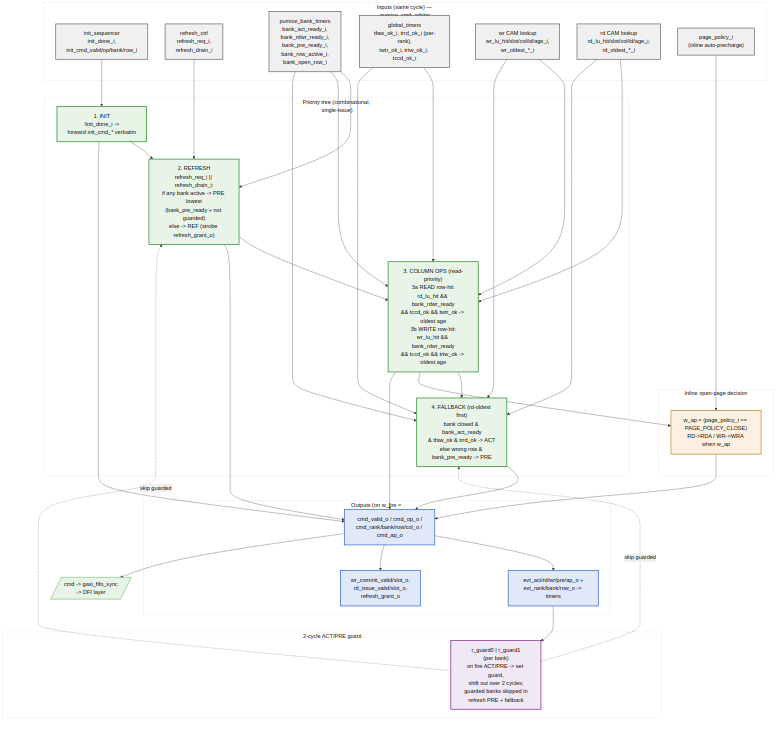
Earlier version of the Mermaid export projects/components/mem-ctrl-ip/research-ip/pumice-ddr2-lpddr2/docs/pumice_mas/assets/mermaid/05_scheduler_priority_pipeline.png (sean-galloway/RTLDesignSherpa). Its source is kept beside it as projects/components/mem-ctrl-ip/research-ip/pumice-ddr2-lpddr2/docs/pumice_mas/assets/mermaid/05_scheduler_priority_pipeline.mmd. Source of this version:
```mermaid
%%{init: {'theme': 'base', 'themeVariables': { 'primaryColor': '#e8f4e8', 'primaryTextColor': '#000', 'primaryBorderColor': '#228B22', 'lineColor': '#404040', 'secondaryColor': '#f0f0f0', 'tertiaryColor': '#fff'}}}%%
flowchart TB
    subgraph IN["Inputs (same cycle) — pumice_cmd_arbiter"]
        initin["init_sequencer<br/>init_done_i,<br/>init_cmd_valid/op/bank/row_i"]
        refin["refresh_ctrl<br/>refresh_req_i,<br/>refresh_drain_i"]
        bankrdy["mc_bank_timers<br/>bank_act_ready_i,<br/>bank_rdwr_ready_i,<br/>bank_pre_ready_i,<br/>bank_row_active_i,<br/>bank_open_row_i"]
        globrdy["mc_global_timers<br/>tfaw_ok_i, trrd_ok_i (per-rank),<br/>twtr_ok_i, trtw_ok_i, tccd_ok_i"]
        wrlu["wr CAM lookup<br/>wr_lu_hit/slot/col/id/age_i,<br/>wr_oldest_*_i"]
        rdlu["rd CAM lookup<br/>rd_lu_hit/slot/col/id/age_i,<br/>rd_oldest_*_i"]
        cfg["page_policy_i<br/>(inline auto-precharge)"]
    end

    subgraph PRIO["Priority tree (combinational, single-issue)"]
        p1["1. INIT<br/>!init_done_i -><br/>forward init_cmd_* verbatim"]
        p2["2. REFRESH<br/>refresh_req_i || refresh_drain_i:<br/>if any bank active -> PRE lowest<br/>(bank_pre_ready + not guarded)<br/>else -> REF (strobe refresh_grant_o)"]
        p3["3. COLUMN OPS (read-priority)<br/>3a READ row-hit:<br/>rd_lu_hit && bank_rdwr_ready<br/>&& tccd_ok && twtr_ok -> oldest age<br/>3b WRITE row-hit:<br/>wr_lu_hit && bank_rdwr_ready<br/>&& tccd_ok && trtw_ok -> oldest age"]
        p4["4. FALLBACK (rd-oldest first)<br/>bank closed & bank_act_ready<br/>& tfaw_ok & trrd_ok -> ACT<br/>else wrong row & bank_pre_ready -> PRE"]
    end

    subgraph AP["Inline open-page decision"]
        apbit["w_ap = (page_policy_i == PAGE_POLICY_CLOSE)<br/>RD->RDA / WR->WRA when w_ap"]
    end

    subgraph GUARD["2-cycle ACT/PRE guard"]
        g["r_guard0 | r_guard1<br/>(per bank)<br/>on fire ACT/PRE -> set guard,<br/>shift out over 2 cycles;<br/>guarded banks skipped in<br/>refresh PRE + fallback"]
    end

    subgraph OUTB["Outputs (on w_fire = w_valid && cmd_ready_i)"]
        cmd["cmd_valid_o / cmd_op_o /<br/>cmd_rank/bank/row/col_o / cmd_ap_o"]
        evt["evt_act/rd/wr/pre/ap_o +<br/>evt_rank/bank/row_o -> timers"]
        commit["wr_commit_valid/slot_o,<br/>rd_issue_valid/slot_o,<br/>refresh_grant_o"]
    end

    initin --> p1
    refin --> p2
    bankrdy --> p2
    bankrdy --> p3
    bankrdy --> p4
    globrdy --> p3
    globrdy --> p4
    wrlu --> p3
    rdlu --> p3
    wrlu --> p4
    rdlu --> p4

    p1 --> p2
    p2 --> p3
    p3 --> p4

    cfg --> apbit
    p3 --> apbit
    g -.skip guarded.-> p2
    g -.skip guarded.-> p4

    p1 --> cmd
    p2 --> cmd
    p3 --> cmd
    p4 --> cmd
    apbit --> cmd
    cmd --> evt
    cmd --> commit
    evt --> g
    cmd --> FIFO[/"cmd -> gaxi_fifo_sync<br/>-> DFI layer"/]

    classDef inblock fill:#f0f0f0,stroke:#666666,stroke-width:2px
    classDef prio fill:#e8f4e8,stroke:#228B22,stroke-width:2px
    classDef apb fill:#fef0e0,stroke:#B88B22,stroke-width:2px
    classDef guard fill:#f0e8f4,stroke:#7B228B,stroke-width:2px
    classDef outblock fill:#e0e8fa,stroke:#3366CC,stroke-width:2px

    class initin,refin,bankrdy,globrdy,wrlu,rdlu,cfg inblock
    class p1,p2,p3,p4 prio
    class apbit apb
    class g guard
    class cmd,evt,commit outblock
```
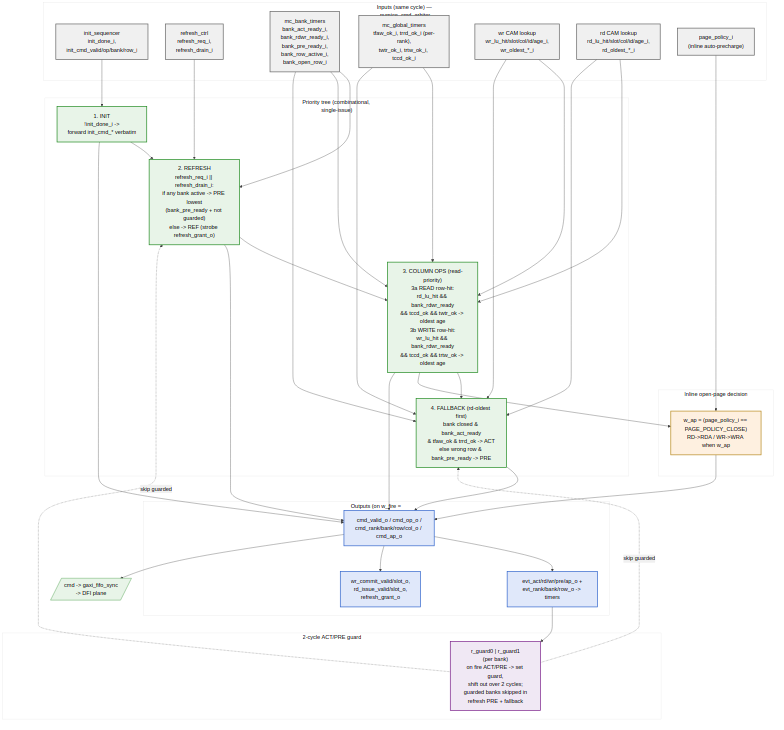
Above is the later version.

What changed in the source:
```diff
@@ -60,7 +60,7 @@
     cmd --> evt
     cmd --> commit
     evt --> g
-    cmd --> FIFO[/"cmd -> gaxi_fifo_sync<br/>-> DFI layer"/]
+    cmd --> FIFO[/"cmd -> gaxi_fifo_sync<br/>-> DFI plane"/]
 
     classDef inblock fill:#f0f0f0,stroke:#666666,stroke-width:2px
     classDef prio fill:#e8f4e8,stroke:#228B22,stroke-width:2px
```
